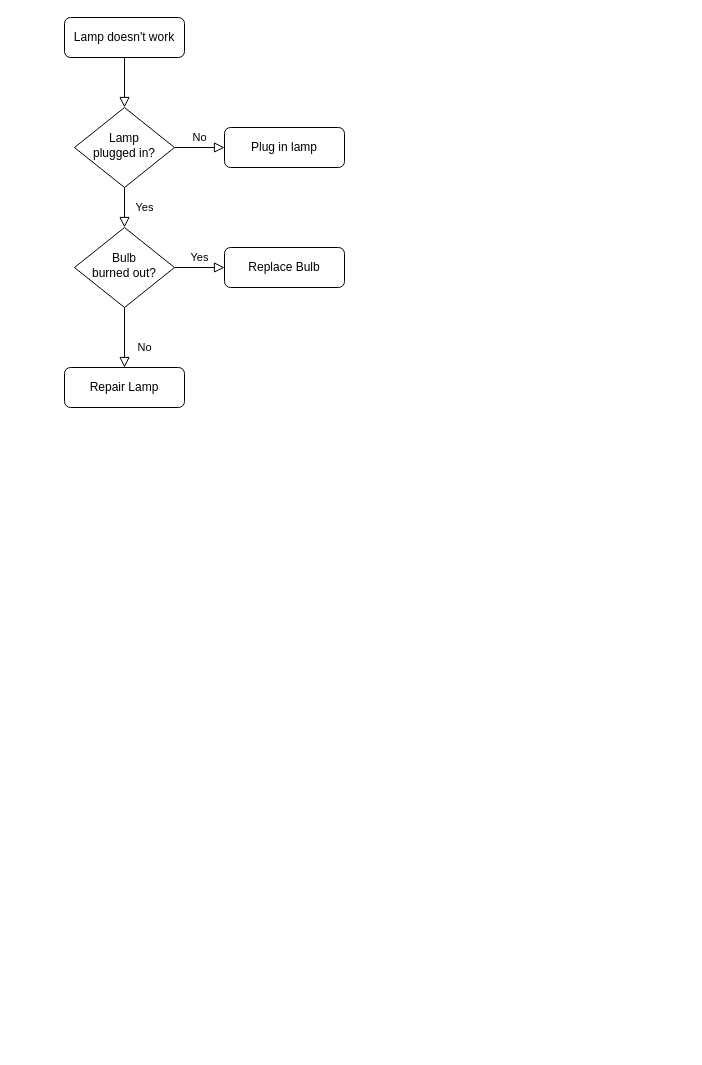
This is Untitled Diagram.drawio from ferihidayat/cdn, a draw.io file, before an edit. Source tidied: cells renumbered, new cells numbered last; positions are measured from the earlier drawing's top-left corner, leaving out a move shared by most shapes. Both pictures are drawn from the tidied source at 100%, with x=0, y=0 at pixel (64, 17).
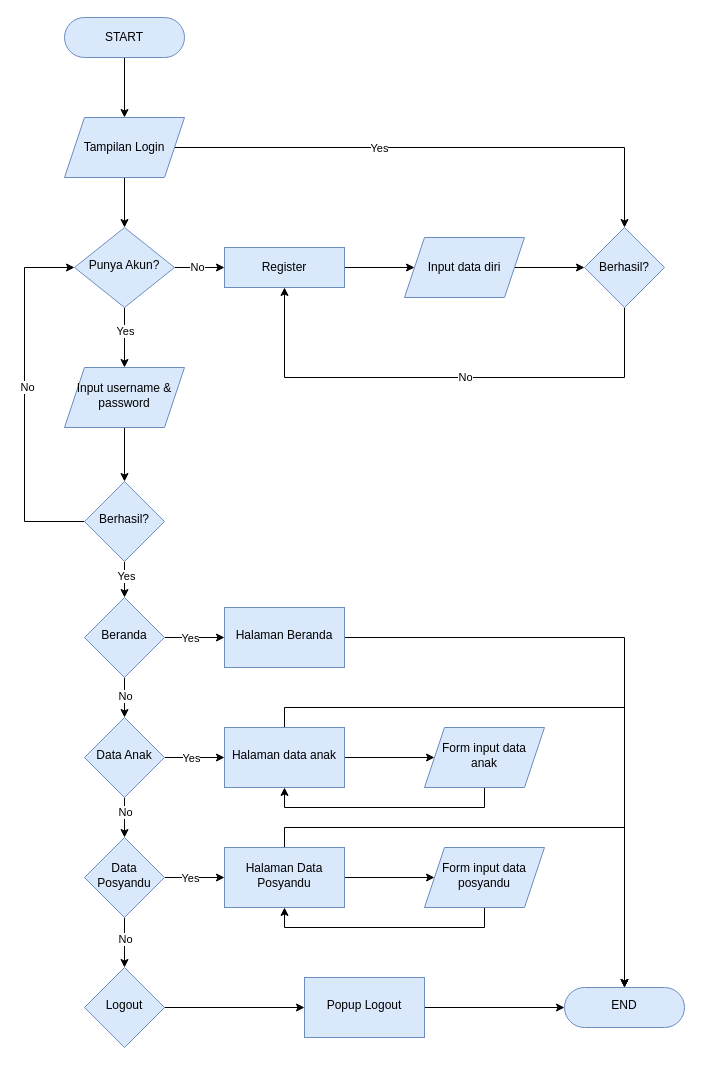
The same page after the edit.

The edit, as a diff of the source:
```diff
@@
-    <mxCell id="2" style="rounded=0;html=1;jettySize=auto;fontSize=11;endArrow=block;endFill=0;endSize=8;strokeWidth=1;shadow=0;labelBackgroundColor=none;edgeStyle=orthogonalEdgeStyle;" parent="1" edge="1" source="3" target="6">
-      <mxGeometry relative="1" as="geometry" />
-    </mxCell>
+    <mxCell id="13" style="edgeStyle=orthogonalEdgeStyle;rounded=0;jettySize=auto;html=1;" parent="1" edge="1" source="3" target="21">
+      <mxGeometry relative="1" as="geometry" />
+    </mxCell>
-    <mxCell id="3" value="Lamp doesn't work" style="rounded=1;whiteSpace=wrap;html=1;fontSize=12;glass=0;strokeWidth=1;shadow=0;" parent="1" vertex="1">
+    <mxCell id="3" value="START" style="rounded=1;whiteSpace=wrap;html=1;fontSize=12;glass=0;strokeWidth=1;shadow=0;arcSize=50;fillColor=#dae8fc;strokeColor=#6c8ebf;" parent="1" vertex="1">
       <mxGeometry width="120" height="40" as="geometry" />
     </mxCell>
-    <mxCell id="4" value="Yes" style="rounded=0;html=1;jettySize=auto;fontSize=11;endArrow=block;endFill=0;endSize=8;strokeWidth=1;shadow=0;labelBackgroundColor=none;edgeStyle=orthogonalEdgeStyle;" parent="1" edge="1" source="6" target="10">
-      <mxGeometry y="20" relative="1" as="geometry" />
-    </mxCell>
-    <mxCell id="5" value="No" style="edgeStyle=orthogonalEdgeStyle;rounded=0;html=1;jettySize=auto;fontSize=11;endArrow=block;endFill=0;endSize=8;strokeWidth=1;shadow=0;labelBackgroundColor=none;" parent="1" edge="1" source="6" target="7">
-      <mxGeometry y="10" relative="1" as="geometry" />
-    </mxCell>
-    <mxCell id="6" value="Lamp&lt;br&gt;plugged in?" style="rhombus;whiteSpace=wrap;html=1;shadow=0;fontFamily=Helvetica;fontSize=12;align=center;strokeWidth=1;spacing=6;spacingTop=-4;" parent="1" vertex="1">
-      <mxGeometry x="10" y="90" width="100" height="80" as="geometry" />
-    </mxCell>
-    <mxCell id="7" value="Plug in lamp" style="rounded=1;whiteSpace=wrap;html=1;fontSize=12;glass=0;strokeWidth=1;shadow=0;" parent="1" vertex="1">
-      <mxGeometry x="160" y="110" width="120" height="40" as="geometry" />
-    </mxCell>
-    <mxCell id="8" value="No" style="rounded=0;html=1;jettySize=auto;fontSize=11;endArrow=block;endFill=0;endSize=8;strokeWidth=1;shadow=0;labelBackgroundColor=none;edgeStyle=orthogonalEdgeStyle;" parent="1" edge="1" source="10" target="11">
-      <mxGeometry x="0.33" y="20" relative="1" as="geometry" />
-    </mxCell>
+    <mxCell id="14" style="edgeStyle=orthogonalEdgeStyle;rounded=0;jettySize=auto;html=1;" parent="1" edge="1" source="10" target="28">
+      <mxGeometry relative="1" as="geometry" />
+    </mxCell>
+    <mxCell id="15" value="Yes" style="edgeLabel;html=1;align=center;verticalAlign=middle;" parent="14" vertex="1">
+      <mxGeometry x="-0.24" relative="1" as="geometry" />
+    </mxCell>
-    <mxCell id="9" value="Yes" style="edgeStyle=orthogonalEdgeStyle;rounded=0;html=1;jettySize=auto;fontSize=11;endArrow=block;endFill=0;endSize=8;strokeWidth=1;shadow=0;labelBackgroundColor=none;" parent="1" edge="1" source="10" target="12">
-      <mxGeometry y="10" relative="1" as="geometry" />
+    <mxCell id="9" style="edgeStyle=orthogonalEdgeStyle;rounded=0;jettySize=auto;html=1;" parent="1" edge="1" source="10" target="12">
+      <mxGeometry relative="1" as="geometry" />
     </mxCell>
+    <mxCell id="16" value="No" style="edgeLabel;html=1;align=center;verticalAlign=middle;" parent="9" vertex="1">
+      <mxGeometry x="-0.13" y="1" relative="1" as="geometry" />
+    </mxCell>
-    <mxCell id="10" value="Bulb&lt;br&gt;burned out?" style="rhombus;whiteSpace=wrap;html=1;shadow=0;fontFamily=Helvetica;fontSize=12;align=center;strokeWidth=1;spacing=6;spacingTop=-4;" parent="1" vertex="1">
+    <mxCell id="10" value="Punya Akun?" style="rhombus;whiteSpace=wrap;html=1;shadow=0;fontFamily=Helvetica;fontSize=12;align=center;strokeWidth=1;spacing=6;spacingTop=-4;fillColor=#dae8fc;strokeColor=#6c8ebf;" parent="1" vertex="1">
       <mxGeometry x="10" y="210" width="100" height="80" as="geometry" />
     </mxCell>
-    <mxCell id="11" value="Repair Lamp" style="rounded=1;whiteSpace=wrap;html=1;fontSize=12;glass=0;strokeWidth=1;shadow=0;" parent="1" vertex="1">
-      <mxGeometry y="350" width="120" height="40" as="geometry" />
-    </mxCell>
+    <mxCell id="17" style="edgeStyle=orthogonalEdgeStyle;rounded=0;jettySize=auto;html=1;" parent="1" edge="1" source="12" target="23">
+      <mxGeometry relative="1" as="geometry" />
+    </mxCell>
-    <mxCell id="12" value="Replace Bulb" style="rounded=1;whiteSpace=wrap;html=1;fontSize=12;glass=0;strokeWidth=1;shadow=0;" parent="1" vertex="1">
+    <mxCell id="12" value="Register" style="rounded=0;whiteSpace=wrap;html=1;fontSize=12;glass=0;strokeWidth=1;shadow=0;fillColor=#dae8fc;strokeColor=#6c8ebf;" parent="1" vertex="1">
       <mxGeometry x="160" y="230" width="120" height="40" as="geometry" />
     </mxCell>
+    <mxCell id="18" style="edgeStyle=orthogonalEdgeStyle;rounded=0;jettySize=auto;html=1;" parent="1" edge="1" source="21" target="10">
+      <mxGeometry relative="1" as="geometry" />
+    </mxCell>
+    <mxCell id="19" style="edgeStyle=orthogonalEdgeStyle;rounded=0;jettySize=auto;html=1;entryX=0.5;entryY=0;entryDx=0;entryDy=0;" parent="1" edge="1" source="21" target="26">
+      <mxGeometry relative="1" as="geometry" />
+    </mxCell>
+    <mxCell id="20" value="Yes" style="edgeLabel;html=1;align=center;verticalAlign=middle;" parent="19" vertex="1">
+      <mxGeometry x="-0.23" relative="1" as="geometry" />
+    </mxCell>
+    <mxCell id="21" value="Tampilan Login" style="shape=parallelogram;perimeter=parallelogramPerimeter;whiteSpace=wrap;html=1;fixedSize=1;rounded=0;fillColor=#dae8fc;strokeColor=#6c8ebf;" parent="1" vertex="1">
+      <mxGeometry y="100" width="120" height="60" as="geometry" />
+    </mxCell>
+    <mxCell id="22" style="edgeStyle=orthogonalEdgeStyle;rounded=0;jettySize=auto;html=1;" parent="1" edge="1" source="23" target="26">
+      <mxGeometry relative="1" as="geometry" />
+    </mxCell>
+    <mxCell id="23" value="Input data diri" style="shape=parallelogram;perimeter=parallelogramPerimeter;whiteSpace=wrap;html=1;fixedSize=1;rounded=0;glass=0;strokeWidth=1;shadow=0;fillColor=#dae8fc;strokeColor=#6c8ebf;" parent="1" vertex="1">
+      <mxGeometry x="340" y="220" width="120" height="60" as="geometry" />
+    </mxCell>
+    <mxCell id="24" style="edgeStyle=orthogonalEdgeStyle;rounded=0;jettySize=auto;html=1;entryX=0.5;entryY=1;entryDx=0;entryDy=0;" parent="1" edge="1" source="26" target="12">
+      <mxGeometry relative="1" as="geometry">
+        <Array as="points">
+          <mxPoint x="560" y="360" />
+          <mxPoint x="220" y="360" />
+        </Array>
+      </mxGeometry>
+    </mxCell>
+    <mxCell id="25" value="No" style="edgeLabel;html=1;align=center;verticalAlign=middle;" parent="24" vertex="1">
+      <mxGeometry x="-0.08" y="-1" relative="1" as="geometry" />
+    </mxCell>
+    <mxCell id="26" value="Berhasil?" style="rhombus;whiteSpace=wrap;html=1;fillColor=#dae8fc;strokeColor=#6c8ebf;rounded=0;glass=0;strokeWidth=1;shadow=0;" parent="1" vertex="1">
+      <mxGeometry x="520" y="210" width="80" height="80" as="geometry" />
+    </mxCell>
+    <mxCell id="27" style="edgeStyle=orthogonalEdgeStyle;rounded=0;jettySize=auto;html=1;" parent="1" edge="1" source="28" target="33">
+      <mxGeometry relative="1" as="geometry" />
+    </mxCell>
+    <mxCell id="28" value="Input username &amp;amp; password" style="shape=parallelogram;perimeter=parallelogramPerimeter;whiteSpace=wrap;html=1;fixedSize=1;fillColor=#dae8fc;strokeColor=#6c8ebf;shadow=0;strokeWidth=1;spacing=6;spacingTop=-4;" parent="1" vertex="1">
+      <mxGeometry y="350" width="120" height="60" as="geometry" />
+    </mxCell>
+    <mxCell id="29" style="edgeStyle=orthogonalEdgeStyle;rounded=0;jettySize=auto;html=1;entryX=0;entryY=0.5;entryDx=0;entryDy=0;" parent="1" edge="1" source="33" target="10">
+      <mxGeometry relative="1" as="geometry">
+        <Array as="points">
+          <mxPoint x="-40" y="504" />
+          <mxPoint x="-40" y="250" />
+        </Array>
+      </mxGeometry>
+    </mxCell>
+    <mxCell id="30" value="No" style="edgeLabel;html=1;align=center;verticalAlign=middle;" parent="29" vertex="1">
+      <mxGeometry x="0.07" y="-2" relative="1" as="geometry" />
+    </mxCell>
+    <mxCell id="31" style="edgeStyle=orthogonalEdgeStyle;rounded=0;jettySize=auto;html=1;" parent="1" edge="1" source="33" target="38">
+      <mxGeometry relative="1" as="geometry" />
+    </mxCell>
+    <mxCell id="32" value="Yes" style="edgeLabel;html=1;align=center;verticalAlign=middle;" parent="31" vertex="1">
+      <mxGeometry x="-0.38" y="1" relative="1" as="geometry" />
+    </mxCell>
+    <mxCell id="33" value="Berhasil?" style="rhombus;whiteSpace=wrap;html=1;fillColor=#dae8fc;strokeColor=#6c8ebf;shadow=0;strokeWidth=1;spacing=6;spacingTop=-4;" parent="1" vertex="1">
+      <mxGeometry x="20" y="464" width="80" height="80" as="geometry" />
+    </mxCell>
+    <mxCell id="34" style="edgeStyle=orthogonalEdgeStyle;rounded=0;jettySize=auto;html=1;" parent="1" edge="1" source="38" target="43">
+      <mxGeometry relative="1" as="geometry" />
+    </mxCell>
+    <mxCell id="35" value="No" style="edgeLabel;html=1;align=center;verticalAlign=middle;" parent="34" vertex="1">
+      <mxGeometry x="-0.12" relative="1" as="geometry" />
+    </mxCell>
+    <mxCell id="36" style="edgeStyle=orthogonalEdgeStyle;rounded=0;jettySize=auto;html=1;" parent="1" edge="1" source="38" target="52">
+      <mxGeometry relative="1" as="geometry" />
+    </mxCell>
+    <mxCell id="37" value="Yes" style="edgeLabel;html=1;align=center;verticalAlign=middle;" parent="36" vertex="1">
+      <mxGeometry x="-0.17" relative="1" as="geometry" />
+    </mxCell>
+    <mxCell id="38" value="Beranda" style="rhombus;whiteSpace=wrap;html=1;fillColor=#dae8fc;strokeColor=#6c8ebf;shadow=0;strokeWidth=1;spacing=6;spacingTop=-4;" parent="1" vertex="1">
+      <mxGeometry x="20" y="580" width="80" height="80" as="geometry" />
+    </mxCell>
+    <mxCell id="39" style="edgeStyle=orthogonalEdgeStyle;rounded=0;jettySize=auto;html=1;" parent="1" edge="1" source="43" target="48">
+      <mxGeometry relative="1" as="geometry" />
+    </mxCell>
+    <mxCell id="40" value="No" style="edgeLabel;html=1;align=center;verticalAlign=middle;" parent="39" vertex="1">
+      <mxGeometry x="-0.31" relative="1" as="geometry" />
+    </mxCell>
+    <mxCell id="41" style="edgeStyle=orthogonalEdgeStyle;rounded=0;jettySize=auto;html=1;" parent="1" edge="1" source="43" target="58">
+      <mxGeometry relative="1" as="geometry" />
+    </mxCell>
+    <mxCell id="42" value="Yes" style="edgeLabel;html=1;align=center;verticalAlign=middle;" parent="41" vertex="1">
+      <mxGeometry x="-0.14" relative="1" as="geometry" />
+    </mxCell>
+    <mxCell id="43" value="Data Anak" style="rhombus;whiteSpace=wrap;html=1;fillColor=#dae8fc;strokeColor=#6c8ebf;shadow=0;strokeWidth=1;spacing=6;spacingTop=-4;" parent="1" vertex="1">
+      <mxGeometry x="20" y="700" width="80" height="80" as="geometry" />
+    </mxCell>
+    <mxCell id="44" style="edgeStyle=orthogonalEdgeStyle;rounded=0;jettySize=auto;html=1;" parent="1" edge="1" source="48" target="50">
+      <mxGeometry relative="1" as="geometry" />
+    </mxCell>
+    <mxCell id="45" value="No" style="edgeLabel;html=1;align=center;verticalAlign=middle;" parent="44" vertex="1">
+      <mxGeometry x="-0.15" relative="1" as="geometry" />
+    </mxCell>
+    <mxCell id="46" style="edgeStyle=orthogonalEdgeStyle;rounded=0;jettySize=auto;html=1;" parent="1" edge="1" source="48" target="61">
+      <mxGeometry relative="1" as="geometry" />
+    </mxCell>
+    <mxCell id="47" value="Yes" style="edgeLabel;html=1;align=center;verticalAlign=middle;" parent="46" vertex="1">
+      <mxGeometry x="-0.16" relative="1" as="geometry" />
+    </mxCell>
+    <mxCell id="48" value="Data Posyandu" style="rhombus;whiteSpace=wrap;html=1;fillColor=#dae8fc;strokeColor=#6c8ebf;shadow=0;strokeWidth=1;spacing=6;spacingTop=-4;" parent="1" vertex="1">
+      <mxGeometry x="20" y="820" width="80" height="80" as="geometry" />
+    </mxCell>
+    <mxCell id="49" style="edgeStyle=orthogonalEdgeStyle;rounded=0;jettySize=auto;html=1;" parent="1" edge="1" source="50" target="54">
+      <mxGeometry relative="1" as="geometry" />
+    </mxCell>
+    <mxCell id="50" value="Logout" style="rhombus;whiteSpace=wrap;html=1;fillColor=#dae8fc;strokeColor=#6c8ebf;shadow=0;strokeWidth=1;spacing=6;spacingTop=-4;" parent="1" vertex="1">
+      <mxGeometry x="20" y="950" width="80" height="80" as="geometry" />
+    </mxCell>
+    <mxCell id="51" style="edgeStyle=orthogonalEdgeStyle;rounded=0;jettySize=auto;html=1;" parent="1" edge="1" source="52" target="55">
+      <mxGeometry relative="1" as="geometry" />
+    </mxCell>
+    <mxCell id="52" value="Halaman Beranda" style="whiteSpace=wrap;html=1;fillColor=#dae8fc;strokeColor=#6c8ebf;shadow=0;strokeWidth=1;spacing=6;spacingTop=-4;" parent="1" vertex="1">
+      <mxGeometry x="160" y="590" width="120" height="60" as="geometry" />
+    </mxCell>
+    <mxCell id="53" style="edgeStyle=orthogonalEdgeStyle;rounded=0;jettySize=auto;html=1;" parent="1" edge="1" source="54" target="55">
+      <mxGeometry relative="1" as="geometry" />
+    </mxCell>
+    <mxCell id="54" value="Popup Logout" style="whiteSpace=wrap;html=1;fillColor=#dae8fc;strokeColor=#6c8ebf;shadow=0;strokeWidth=1;spacing=6;spacingTop=-4;" parent="1" vertex="1">
+      <mxGeometry x="240" y="960" width="120" height="60" as="geometry" />
+    </mxCell>
+    <mxCell id="55" value="END" style="rounded=1;whiteSpace=wrap;html=1;fillColor=#dae8fc;strokeColor=#6c8ebf;shadow=0;strokeWidth=1;spacing=6;spacingTop=-4;arcSize=50;" parent="1" vertex="1">
+      <mxGeometry x="500" y="970" width="120" height="40" as="geometry" />
+    </mxCell>
+    <mxCell id="56" style="edgeStyle=orthogonalEdgeStyle;rounded=0;jettySize=auto;html=1;" parent="1" edge="1" source="58" target="63">
+      <mxGeometry relative="1" as="geometry" />
+    </mxCell>
+    <mxCell id="57" style="edgeStyle=orthogonalEdgeStyle;rounded=0;jettySize=auto;html=1;" parent="1" edge="1" source="58" target="55">
+      <mxGeometry relative="1" as="geometry">
+        <Array as="points">
+          <mxPoint x="220" y="690" />
+          <mxPoint x="560" y="690" />
+        </Array>
+      </mxGeometry>
+    </mxCell>
+    <mxCell id="58" value="Halaman data anak" style="whiteSpace=wrap;html=1;fillColor=#dae8fc;strokeColor=#6c8ebf;shadow=0;strokeWidth=1;spacing=6;spacingTop=-4;" parent="1" vertex="1">
+      <mxGeometry x="160" y="710" width="120" height="60" as="geometry" />
+    </mxCell>
+    <mxCell id="59" style="edgeStyle=orthogonalEdgeStyle;rounded=0;jettySize=auto;html=1;" parent="1" edge="1" source="61" target="65">
+      <mxGeometry relative="1" as="geometry" />
+    </mxCell>
+    <mxCell id="60" style="edgeStyle=orthogonalEdgeStyle;rounded=0;jettySize=auto;html=1;" parent="1" edge="1" source="61" target="55">
+      <mxGeometry relative="1" as="geometry">
+        <Array as="points">
+          <mxPoint x="220" y="810" />
+          <mxPoint x="560" y="810" />
+        </Array>
+      </mxGeometry>
+    </mxCell>
+    <mxCell id="61" value="Halaman Data Posyandu" style="whiteSpace=wrap;html=1;fillColor=#dae8fc;strokeColor=#6c8ebf;shadow=0;strokeWidth=1;spacing=6;spacingTop=-4;" parent="1" vertex="1">
+      <mxGeometry x="160" y="830" width="120" height="60" as="geometry" />
+    </mxCell>
+    <mxCell id="62" style="edgeStyle=orthogonalEdgeStyle;rounded=0;jettySize=auto;html=1;entryX=0.5;entryY=1;entryDx=0;entryDy=0;" parent="1" edge="1" source="63" target="58">
+      <mxGeometry relative="1" as="geometry">
+        <Array as="points">
+          <mxPoint x="420" y="790" />
+          <mxPoint x="220" y="790" />
+        </Array>
+      </mxGeometry>
+    </mxCell>
+    <mxCell id="63" value="Form input data anak" style="shape=parallelogram;perimeter=parallelogramPerimeter;whiteSpace=wrap;html=1;fixedSize=1;fillColor=#dae8fc;strokeColor=#6c8ebf;shadow=0;strokeWidth=1;spacing=6;spacingTop=-4;" parent="1" vertex="1">
+      <mxGeometry x="360" y="710" width="120" height="60" as="geometry" />
+    </mxCell>
+    <mxCell id="64" style="edgeStyle=orthogonalEdgeStyle;rounded=0;jettySize=auto;html=1;entryX=0.5;entryY=1;entryDx=0;entryDy=0;" parent="1" edge="1" source="65" target="61">
+      <mxGeometry relative="1" as="geometry">
+        <Array as="points">
+          <mxPoint x="420" y="910" />
+          <mxPoint x="220" y="910" />
+        </Array>
+      </mxGeometry>
+    </mxCell>
+    <mxCell id="65" value="Form input data posyandu" style="shape=parallelogram;perimeter=parallelogramPerimeter;whiteSpace=wrap;html=1;fixedSize=1;fillColor=#dae8fc;strokeColor=#6c8ebf;shadow=0;strokeWidth=1;spacing=6;spacingTop=-4;" parent="1" vertex="1">
+      <mxGeometry x="360" y="830" width="120" height="60" as="geometry" />
+    </mxCell>
```
